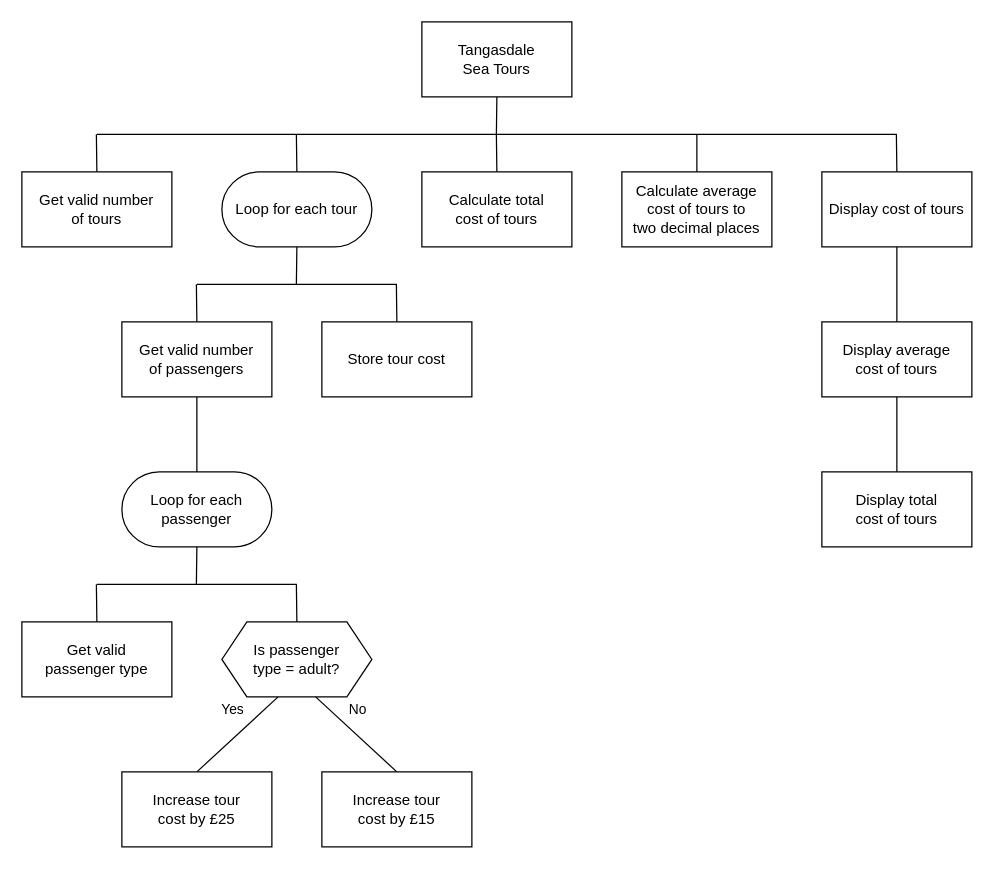
Above: n5/sdd/N5-SDD-TST/assets/N5 SDD TST.drawio in MrFriendCS/MrFriendCS.github.io (draw.io), before the change. Source tidied: cells renumbered, new cells numbered last; positions are measured from the earlier drawing's top-left corner, leaving out a move shared by most shapes. Both pictures are drawn from the tidied source at 125%, with x=0, y=0 at pixel (21, 21).
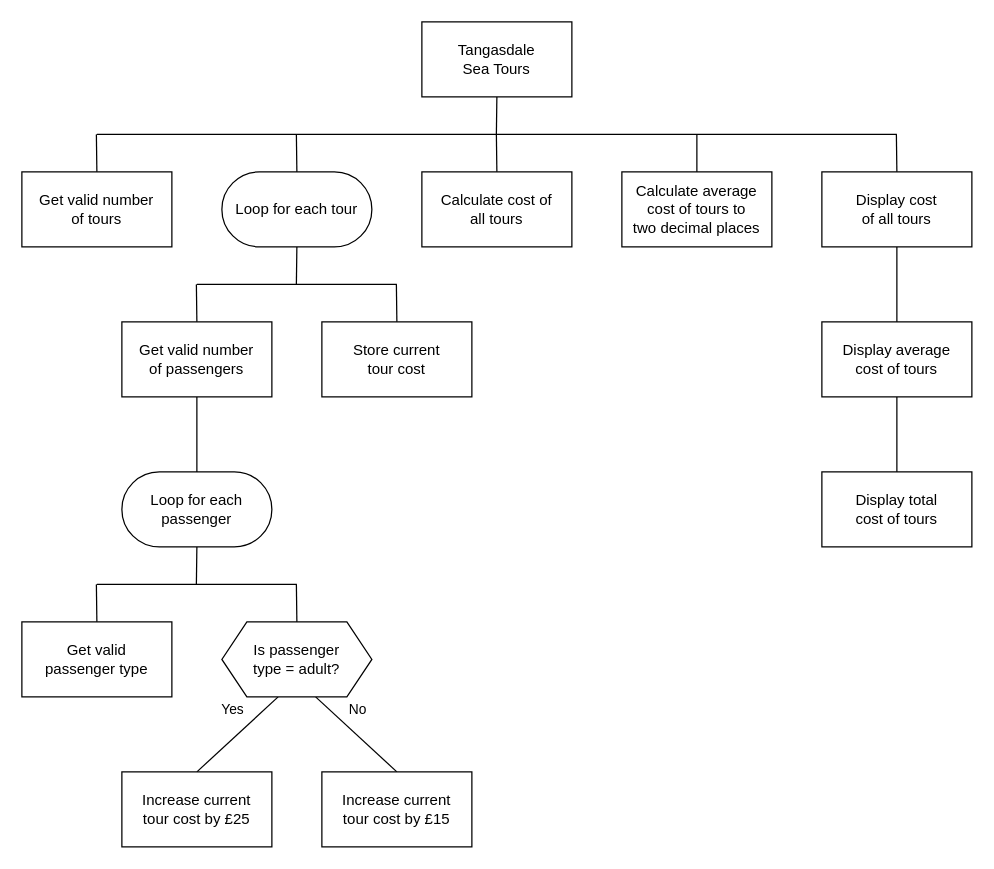
After the change.

Change to the diagram source:
```diff
@@
-    <mxCell id="5" value="Calculate total&lt;div&gt;cost of&amp;nbsp;&lt;span style=&quot;background-color: initial;&quot;&gt;tours&lt;/span&gt;&lt;/div&gt;" style="rounded=0;whiteSpace=wrap;html=1;" parent="1" vertex="1">
+    <mxCell id="5" value="Calculate&amp;nbsp;&lt;span style=&quot;background-color: initial;&quot;&gt;cost of all&amp;nbsp;&lt;/span&gt;&lt;span style=&quot;background-color: initial;&quot;&gt;tours&lt;/span&gt;" style="rounded=0;whiteSpace=wrap;html=1;" parent="1" vertex="1">
       <mxGeometry x="320" y="120" width="120" height="60" as="geometry" />
     </mxCell>
@@
-    <mxCell id="18" value="Increase tour&lt;div&gt;cost by £25&lt;/div&gt;" style="rounded=0;whiteSpace=wrap;html=1;" parent="1" vertex="1">
+    <mxCell id="18" value="Increase current&lt;div&gt;tour&amp;nbsp;&lt;span style=&quot;background-color: initial;&quot;&gt;cost by £25&lt;/span&gt;&lt;/div&gt;" style="rounded=0;whiteSpace=wrap;html=1;" parent="1" vertex="1">
       <mxGeometry x="80" y="600" width="120" height="60" as="geometry" />
     </mxCell>
-    <mxCell id="19" value="Increase tour&lt;div&gt;cost by £15&lt;/div&gt;" style="rounded=0;whiteSpace=wrap;html=1;" parent="1" vertex="1">
+    <mxCell id="19" value="Increase current&lt;div&gt;tour&amp;nbsp;&lt;span style=&quot;background-color: initial;&quot;&gt;cost by £15&lt;/span&gt;&lt;/div&gt;" style="rounded=0;whiteSpace=wrap;html=1;" parent="1" vertex="1">
       <mxGeometry x="240" y="600" width="120" height="60" as="geometry" />
     </mxCell>
@@
-    <mxCell id="21" value="Store tour cost" style="rounded=0;whiteSpace=wrap;html=1;" parent="1" vertex="1">
+    <mxCell id="21" value="Store current&lt;div&gt;tour cost&lt;/div&gt;" style="rounded=0;whiteSpace=wrap;html=1;" parent="1" vertex="1">
       <mxGeometry x="240" y="240" width="120" height="60" as="geometry" />
     </mxCell>
@@
-    <mxCell id="27" value="Display cost of tours" style="rounded=0;whiteSpace=wrap;html=1;" parent="1" vertex="1">
+    <mxCell id="27" value="Display cost&lt;div&gt;of all tours&lt;/div&gt;" style="rounded=0;whiteSpace=wrap;html=1;" parent="1" vertex="1">
       <mxGeometry x="640" y="120" width="120" height="60" as="geometry" />
     </mxCell>
```
